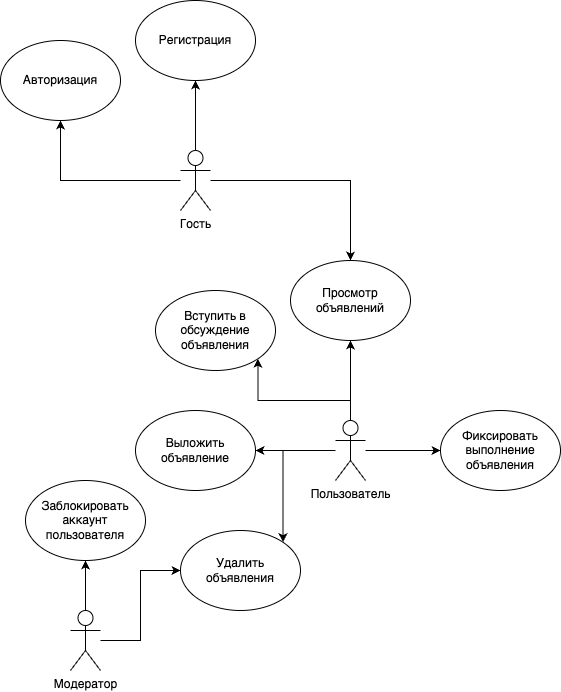
Before: docs/img/use-case.png, a diagram exported from draw.io (Holodome/maweituo). Source tidied: cells renumbered, new cells last; positions are measured from the earlier drawing's top-left corner, leaving out a move shared by most shapes. Its diagram source:
```xml
<mxGraphModel>
  <root>
    <mxCell id="0" />
    <mxCell id="1" parent="0" />
    <mxCell id="2" style="edgeStyle=orthogonalEdgeStyle;rounded=0;jettySize=auto;html=1;entryX=0.5;entryY=1;entryDx=0;entryDy=0;" parent="1" edge="1" source="5" target="16">
      <mxGeometry relative="1" as="geometry" />
    </mxCell>
    <mxCell id="3" style="edgeStyle=orthogonalEdgeStyle;rounded=0;jettySize=auto;html=1;" parent="1" edge="1" source="5" target="15">
      <mxGeometry relative="1" as="geometry" />
    </mxCell>
    <mxCell id="4" style="edgeStyle=orthogonalEdgeStyle;rounded=0;jettySize=auto;html=1;entryX=0.5;entryY=0;entryDx=0;entryDy=0;" parent="1" edge="1" source="5" target="17">
      <mxGeometry relative="1" as="geometry" />
    </mxCell>
    <mxCell id="5" value="Гость" style="shape=umlActor;verticalLabelPosition=bottom;verticalAlign=top;html=1;outlineConnect=0;" parent="1" vertex="1">
      <mxGeometry x="180" y="150" width="30" height="60" as="geometry" />
    </mxCell>
    <mxCell id="6" style="edgeStyle=orthogonalEdgeStyle;rounded=0;jettySize=auto;html=1;exitX=0.5;exitY=0;exitDx=0;exitDy=0;exitPerimeter=0;entryX=0.5;entryY=1;entryDx=0;entryDy=0;" parent="1" edge="1" source="11" target="17">
      <mxGeometry relative="1" as="geometry" />
    </mxCell>
    <mxCell id="7" style="edgeStyle=orthogonalEdgeStyle;rounded=0;jettySize=auto;html=1;" parent="1" edge="1" source="11" target="18">
      <mxGeometry relative="1" as="geometry" />
    </mxCell>
    <mxCell id="8" style="edgeStyle=orthogonalEdgeStyle;rounded=0;jettySize=auto;html=1;entryX=1;entryY=1;entryDx=0;entryDy=0;" parent="1" edge="1" source="11" target="19">
      <mxGeometry relative="1" as="geometry">
        <Array as="points">
          <mxPoint x="350" y="400" />
          <mxPoint x="257" y="400" />
        </Array>
      </mxGeometry>
    </mxCell>
    <mxCell id="9" style="edgeStyle=orthogonalEdgeStyle;rounded=0;jettySize=auto;html=1;entryX=1;entryY=0;entryDx=0;entryDy=0;" parent="1" edge="1" source="11" target="20">
      <mxGeometry relative="1" as="geometry" />
    </mxCell>
    <mxCell id="10" style="edgeStyle=orthogonalEdgeStyle;rounded=0;jettySize=auto;html=1;entryX=0;entryY=0.5;entryDx=0;entryDy=0;" parent="1" edge="1" source="11" target="21">
      <mxGeometry relative="1" as="geometry" />
    </mxCell>
    <mxCell id="11" value="Пользователь" style="shape=umlActor;verticalLabelPosition=bottom;verticalAlign=top;html=1;outlineConnect=0;" parent="1" vertex="1">
      <mxGeometry x="335" y="420" width="30" height="60" as="geometry" />
    </mxCell>
    <mxCell id="12" style="edgeStyle=orthogonalEdgeStyle;rounded=0;jettySize=auto;html=1;entryX=0;entryY=0.5;entryDx=0;entryDy=0;" parent="1" edge="1" source="14" target="20">
      <mxGeometry relative="1" as="geometry" />
    </mxCell>
    <mxCell id="13" style="edgeStyle=orthogonalEdgeStyle;rounded=0;jettySize=auto;html=1;entryX=0.5;entryY=1;entryDx=0;entryDy=0;" parent="1" edge="1" source="14" target="22">
      <mxGeometry relative="1" as="geometry" />
    </mxCell>
    <mxCell id="14" value="Модератор" style="shape=umlActor;verticalLabelPosition=bottom;verticalAlign=top;html=1;outlineConnect=0;" parent="1" vertex="1">
      <mxGeometry x="70" y="610" width="30" height="60" as="geometry" />
    </mxCell>
    <mxCell id="15" value="Регистрация" style="ellipse;whiteSpace=wrap;html=1;" parent="1" vertex="1">
      <mxGeometry x="135" width="120" height="80" as="geometry" />
    </mxCell>
    <mxCell id="16" value="Авторизация" style="ellipse;whiteSpace=wrap;html=1;" parent="1" vertex="1">
      <mxGeometry y="40" width="120" height="80" as="geometry" />
    </mxCell>
    <mxCell id="17" value="Просмотр объявлений" style="ellipse;whiteSpace=wrap;html=1;" parent="1" vertex="1">
      <mxGeometry x="290" y="260" width="120" height="80" as="geometry" />
    </mxCell>
    <mxCell id="18" value="Выложить объявление" style="ellipse;whiteSpace=wrap;html=1;" parent="1" vertex="1">
      <mxGeometry x="135" y="410" width="120" height="80" as="geometry" />
    </mxCell>
    <mxCell id="19" value="Вступить в обсуждение объявления" style="ellipse;whiteSpace=wrap;html=1;" parent="1" vertex="1">
      <mxGeometry x="155" y="290" width="120" height="80" as="geometry" />
    </mxCell>
    <mxCell id="20" value="Удалить объявления" style="ellipse;whiteSpace=wrap;html=1;" parent="1" vertex="1">
      <mxGeometry x="180" y="530" width="120" height="80" as="geometry" />
    </mxCell>
    <mxCell id="21" value="Фиксировать выполнение объявления" style="ellipse;whiteSpace=wrap;html=1;" parent="1" vertex="1">
      <mxGeometry x="440" y="410" width="120" height="80" as="geometry" />
    </mxCell>
    <mxCell id="22" value="Заблокировать аккаунт пользователя" style="ellipse;whiteSpace=wrap;html=1;" parent="1" vertex="1">
      <mxGeometry x="25" y="480" width="120" height="80" as="geometry" />
    </mxCell>
  </root>
</mxGraphModel>
```
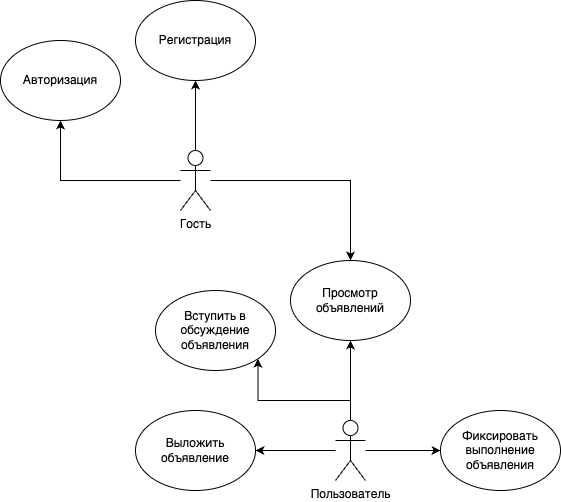
Later version of the same file.

The edit, as a diff of the source:
```diff
@@ -28,24 +28,12 @@
         </Array>
       </mxGeometry>
     </mxCell>
-    <mxCell id="9" style="edgeStyle=orthogonalEdgeStyle;rounded=0;jettySize=auto;html=1;entryX=1;entryY=0;entryDx=0;entryDy=0;" parent="1" edge="1" source="11" target="20">
-      <mxGeometry relative="1" as="geometry" />
-    </mxCell>
     <mxCell id="10" style="edgeStyle=orthogonalEdgeStyle;rounded=0;jettySize=auto;html=1;entryX=0;entryY=0.5;entryDx=0;entryDy=0;" parent="1" edge="1" source="11" target="21">
       <mxGeometry relative="1" as="geometry" />
     </mxCell>
     <mxCell id="11" value="Пользователь" style="shape=umlActor;verticalLabelPosition=bottom;verticalAlign=top;html=1;outlineConnect=0;" parent="1" vertex="1">
       <mxGeometry x="335" y="420" width="30" height="60" as="geometry" />
     </mxCell>
-    <mxCell id="12" style="edgeStyle=orthogonalEdgeStyle;rounded=0;jettySize=auto;html=1;entryX=0;entryY=0.5;entryDx=0;entryDy=0;" parent="1" edge="1" source="14" target="20">
-      <mxGeometry relative="1" as="geometry" />
-    </mxCell>
-    <mxCell id="13" style="edgeStyle=orthogonalEdgeStyle;rounded=0;jettySize=auto;html=1;entryX=0.5;entryY=1;entryDx=0;entryDy=0;" parent="1" edge="1" source="14" target="22">
-      <mxGeometry relative="1" as="geometry" />
-    </mxCell>
-    <mxCell id="14" value="Модератор" style="shape=umlActor;verticalLabelPosition=bottom;verticalAlign=top;html=1;outlineConnect=0;" parent="1" vertex="1">
-      <mxGeometry x="70" y="610" width="30" height="60" as="geometry" />
-    </mxCell>
     <mxCell id="15" value="Регистрация" style="ellipse;whiteSpace=wrap;html=1;" parent="1" vertex="1">
       <mxGeometry x="135" width="120" height="80" as="geometry" />
     </mxCell>
@@ -61,14 +49,8 @@
     <mxCell id="19" value="Вступить в обсуждение объявления" style="ellipse;whiteSpace=wrap;html=1;" parent="1" vertex="1">
       <mxGeometry x="155" y="290" width="120" height="80" as="geometry" />
     </mxCell>
-    <mxCell id="20" value="Удалить объявления" style="ellipse;whiteSpace=wrap;html=1;" parent="1" vertex="1">
-      <mxGeometry x="180" y="530" width="120" height="80" as="geometry" />
-    </mxCell>
     <mxCell id="21" value="Фиксировать выполнение объявления" style="ellipse;whiteSpace=wrap;html=1;" parent="1" vertex="1">
       <mxGeometry x="440" y="410" width="120" height="80" as="geometry" />
     </mxCell>
-    <mxCell id="22" value="Заблокировать аккаунт пользователя" style="ellipse;whiteSpace=wrap;html=1;" parent="1" vertex="1">
-      <mxGeometry x="25" y="480" width="120" height="80" as="geometry" />
-    </mxCell>
   </root>
 </mxGraphModel>
```
